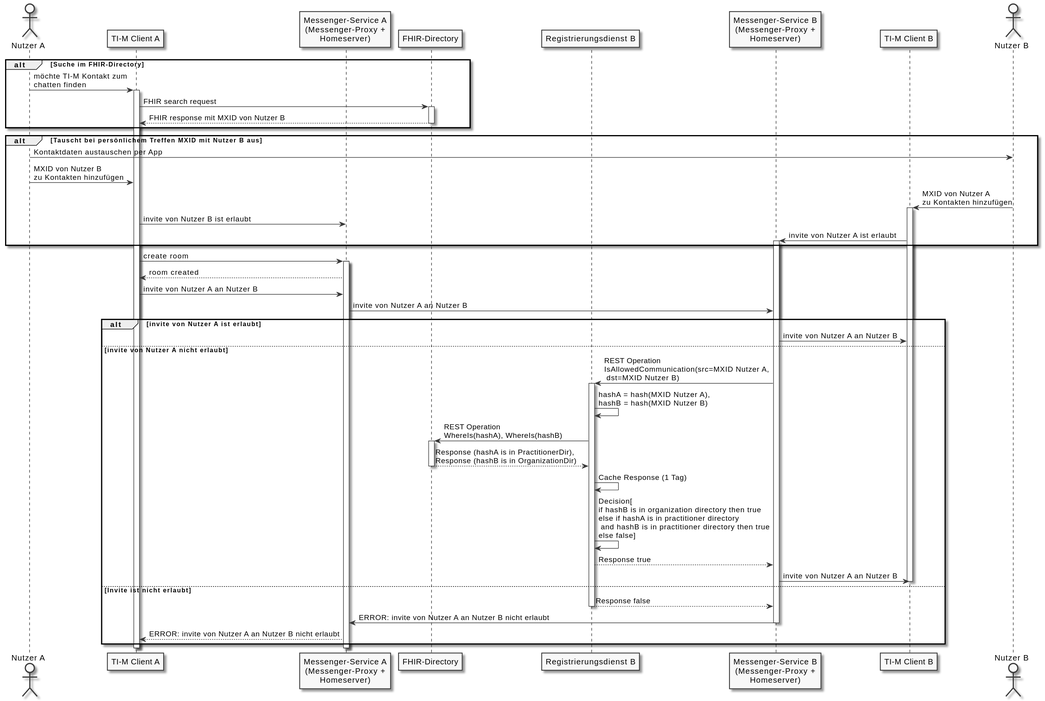
Before: images/diagrams/architecture/Communication_control_without_PASSporT.svg, a diagram exported from PlantUML (gematik/api-ti-messenger).
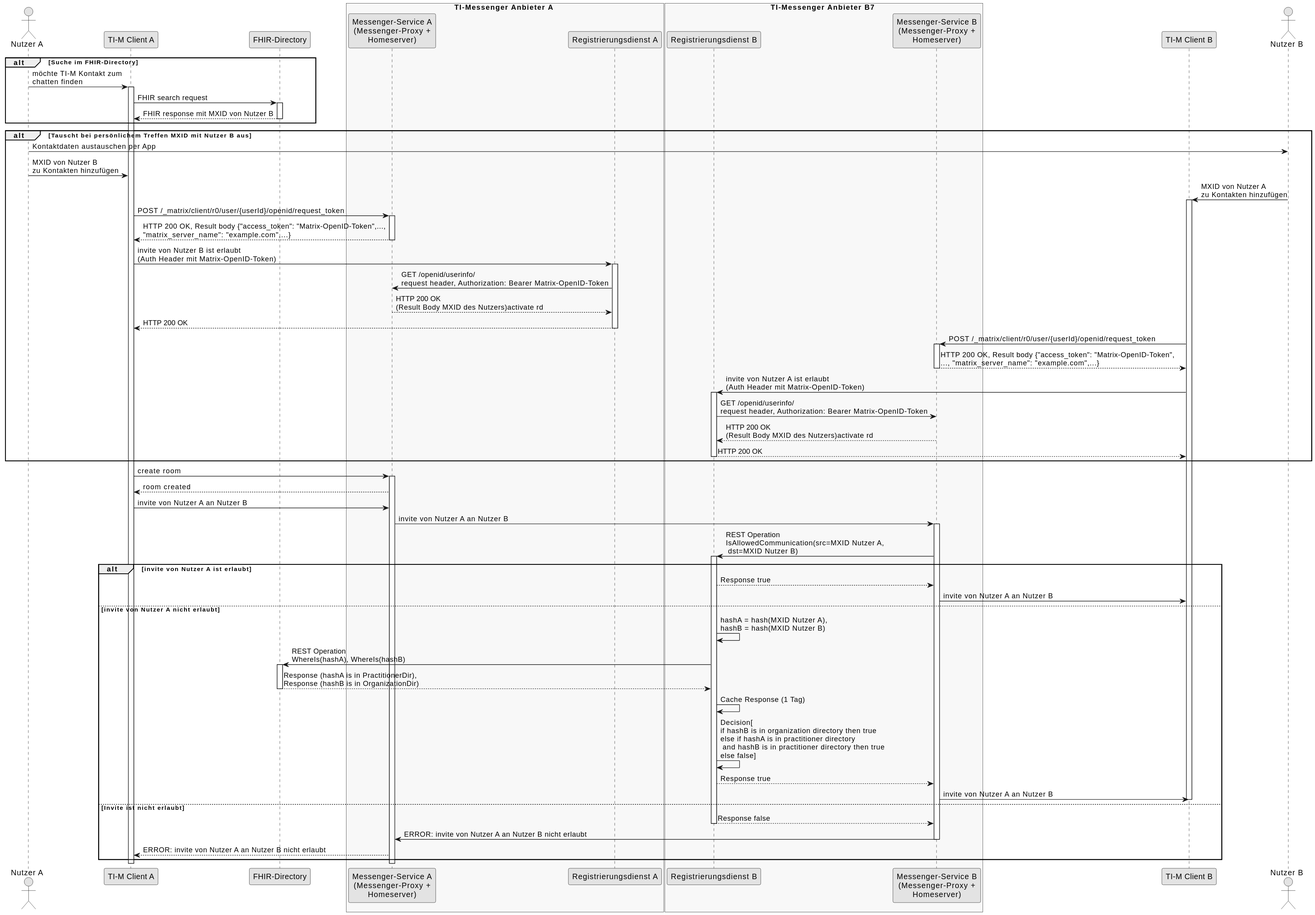
After the commit.

The edit, as a diff of the source:
```diff
@@ -1,14 +1,18 @@
 @startuml TI-Messenger communication control without PASSporT
-skinparam dpi 100
-skinparam WrapWidth 200
+!pragma layout smetana
 skinparam monochrome true
 
 actor a as "Nutzer A"
 participant cl as "TI-M Client A"
+participant fd as "FHIR-Directory"
+box TI-Messenger Anbieter A #GhostWhite
 participant mp as "Messenger-Service A\n(Messenger-Proxy +\nHomeserver)"
-participant fd as "FHIR-Directory"
+participant rd as "Registrierungsdienst A"
+end box
+box TI-Messenger Anbieter B7 #GhostWhite
 participant rdb as "Registrierungsdienst B"
 participant mpb as "Messenger-Service B\n(Messenger-Proxy +\nHomeserver)"
+end box
 participant clb as "TI-M Client B"
 actor b as "Nutzer B"
 
@@ -25,9 +29,26 @@
 a -> cl: MXID von Nutzer B\nzu Kontakten hinzufügen
 b -> clb: MXID von Nutzer A\nzu Kontakten hinzufügen
 activate clb
-cl -> mp: invite von Nutzer B ist erlaubt
-clb -> mpb: invite von Nutzer A ist erlaubt
+cl -> mp: POST /_matrix/client/r0/user/{userId}/openid/request_token
+activate mp
+mp --> cl: HTTP 200 OK, Result body {"access_token": "Matrix-OpenID-Token",...,\n"matrix_server_name": "example.com",...}
+deactivate mp
+cl -> rd: invite von Nutzer B ist erlaubt\n(Auth Header mit Matrix-OpenID-Token)
+activate rd
+rd -> mp: GET /openid/userinfo/\nrequest header, Authorization: Bearer Matrix-OpenID-Token
+mp --> rd: HTTP 200 OK\n(Result Body MXID des Nutzers)activate rd
+rd --> cl: HTTP 200 OK
+deactivate rd
+clb -> mpb: POST /_matrix/client/r0/user/{userId}/openid/request_token
 activate mpb
+mpb --> clb: HTTP 200 OK, Result body {"access_token": "Matrix-OpenID-Token",\n..., "matrix_server_name": "example.com",...}
+deactivate mpb
+clb -> rdb: invite von Nutzer A ist erlaubt\n(Auth Header mit Matrix-OpenID-Token)
+activate rdb
+rdb -> mpb: GET /openid/userinfo/\nrequest header, Authorization: Bearer Matrix-OpenID-Token
+mpb --> rdb: HTTP 200 OK\n(Result Body MXID des Nutzers)activate rd
+rdb --> clb: HTTP 200 OK
+deactivate rdb
 end
 cl -> mp: create room
 activate mp
@@ -35,11 +56,13 @@
 
 cl -> mp: invite von Nutzer A an Nutzer B
 mp -> mpb: invite von Nutzer A an Nutzer B
+activate mpb
+mpb -> rdb: REST Operation\nIsAllowedCommunication(src=MXID Nutzer A,\n dst=MXID Nutzer B)
+activate rdb
 alt invite von Nutzer A ist erlaubt
+rdb --> mpb: Response true
 mpb -> clb: invite von Nutzer A an Nutzer B
 else invite von Nutzer A nicht erlaubt
-mpb -> rdb: REST Operation\nIsAllowedCommunication(src=MXID Nutzer A,\n dst=MXID Nutzer B)
-activate rdb
 rdb -> rdb: hashA = hash(MXID Nutzer A),\nhashB = hash(MXID Nutzer B)
 rdb -> fd: REST Operation\nWhereIs(hashA), WhereIs(hashB)
 activate fd
```
